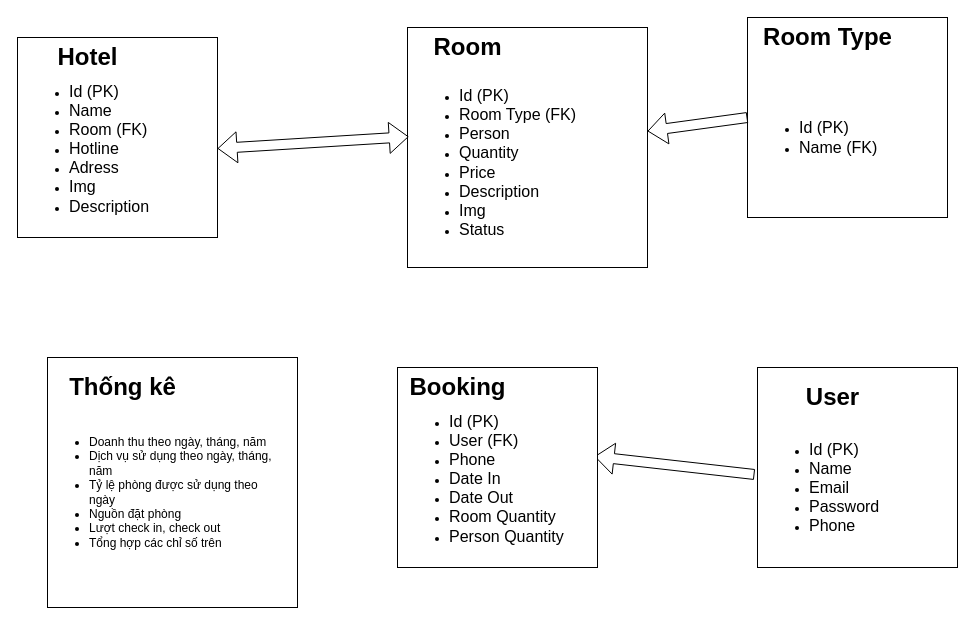
Before: hotel_db.drawio in peterho77/hotel_page, a draw.io diagram. Source tidied: cells renumbered, new cells numbered last; positions are measured from the earlier drawing's top-left corner, leaving out a move shared by most shapes. Both pictures are drawn from the tidied source at 100%, with x=0, y=0 at pixel (17, 17).
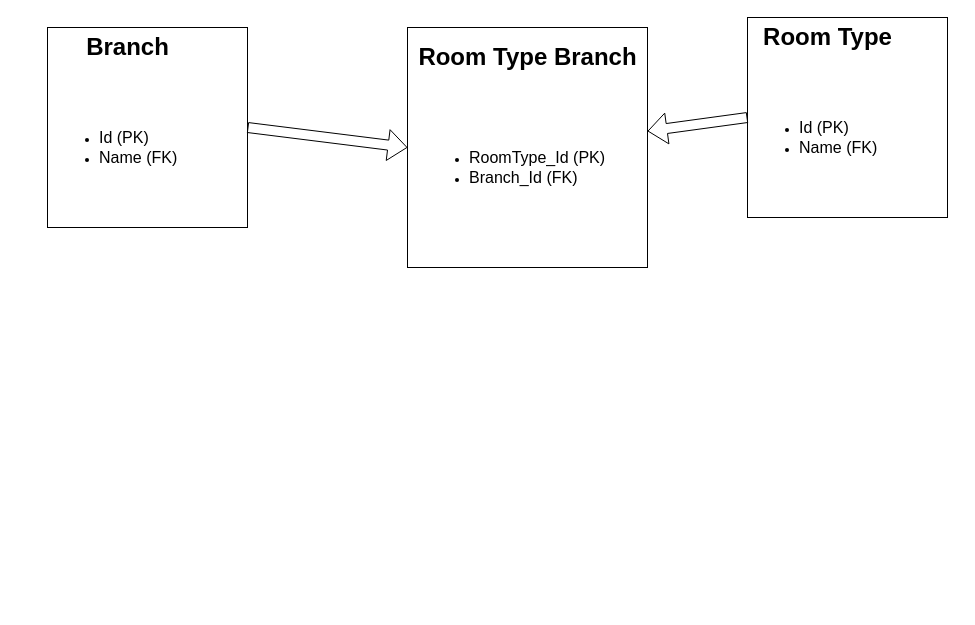
Above is the later version.

The change refers to these unchanged cells:
```xml
<mxCell id="5" style="whiteSpace=wrap;html=1;" parent="1" vertex="1">
  <mxGeometry x="390" y="10" width="240" height="240" as="geometry" />
</mxCell>
```

What changed in the source:
```diff
@@
-    <mxCell id="2" style="whiteSpace=wrap;html=1;" parent="1" vertex="1">
-      <mxGeometry y="20" width="200" height="200" as="geometry" />
-    </mxCell>
-    <mxCell id="3" value="Hotel" style="text;strokeColor=none;fillColor=none;html=1;fontSize=24;fontStyle=1;verticalAlign=middle;align=center;" parent="1" vertex="1">
-      <mxGeometry x="20" y="20" width="100" height="40" as="geometry" />
-    </mxCell>
-    <mxCell id="4" value="&lt;ul&gt;&lt;li&gt;&lt;font style=&quot;font-size: 16px;&quot;&gt;Id (PK)&lt;/font&gt;&lt;/li&gt;&lt;li&gt;&lt;span style=&quot;font-size: 16px;&quot;&gt;Name&lt;/span&gt;&lt;/li&gt;&lt;li&gt;&lt;span style=&quot;font-size: 16px;&quot;&gt;Room (FK)&lt;/span&gt;&lt;/li&gt;&lt;li&gt;&lt;span style=&quot;font-size: 16px;&quot;&gt;Hotline&lt;/span&gt;&lt;/li&gt;&lt;li&gt;&lt;span style=&quot;font-size: 16px;&quot;&gt;Adress&lt;/span&gt;&lt;/li&gt;&lt;li&gt;&lt;span style=&quot;font-size: 16px;&quot;&gt;Img&lt;/span&gt;&lt;/li&gt;&lt;li&gt;&lt;span style=&quot;font-size: 16px;&quot;&gt;Description&lt;/span&gt;&lt;/li&gt;&lt;/ul&gt;" style="text;strokeColor=none;fillColor=none;html=1;whiteSpace=wrap;verticalAlign=middle;overflow=hidden;" parent="1" vertex="1">
-      <mxGeometry x="10" y="50" width="160" height="150" as="geometry" />
-    </mxCell>
@@
-    <mxCell id="6" value="Room" style="text;strokeColor=none;fillColor=none;html=1;fontSize=24;fontStyle=1;verticalAlign=middle;align=center;" parent="1" vertex="1">
-      <mxGeometry x="400" y="10" width="100" height="40" as="geometry" />
-    </mxCell>
-    <mxCell id="7" value="&lt;ul&gt;&lt;li&gt;&lt;font style=&quot;font-size: 16px;&quot;&gt;Id (PK)&lt;/font&gt;&lt;/li&gt;&lt;li&gt;&lt;span style=&quot;font-size: 16px;&quot;&gt;Room Type (FK)&lt;/span&gt;&lt;/li&gt;&lt;li&gt;&lt;span style=&quot;font-size: 16px;&quot;&gt;Person&lt;/span&gt;&lt;/li&gt;&lt;li&gt;&lt;span style=&quot;font-size: 16px;&quot;&gt;Quantity&lt;/span&gt;&lt;/li&gt;&lt;li&gt;&lt;span style=&quot;font-size: 16px;&quot;&gt;Price&lt;/span&gt;&lt;/li&gt;&lt;li&gt;&lt;span style=&quot;font-size: 16px;&quot;&gt;Description&lt;/span&gt;&lt;/li&gt;&lt;li&gt;&lt;span style=&quot;font-size: 16px;&quot;&gt;Img&lt;/span&gt;&lt;/li&gt;&lt;li&gt;&lt;span style=&quot;font-size: 16px;&quot;&gt;Status&lt;/span&gt;&lt;/li&gt;&lt;/ul&gt;" style="text;strokeColor=none;fillColor=none;html=1;whiteSpace=wrap;verticalAlign=middle;overflow=hidden;" parent="1" vertex="1">
-      <mxGeometry x="400" y="50" width="160" height="190" as="geometry" />
-    </mxCell>
@@
-    <mxCell id="11" style="whiteSpace=wrap;html=1;" parent="1" vertex="1">
-      <mxGeometry x="740" y="350" width="200" height="200" as="geometry" />
-    </mxCell>
-    <mxCell id="12" value="User" style="text;strokeColor=none;fillColor=none;html=1;fontSize=24;fontStyle=1;verticalAlign=middle;align=center;" parent="1" vertex="1">
-      <mxGeometry x="765" y="360" width="100" height="40" as="geometry" />
-    </mxCell>
-    <mxCell id="13" value="&lt;ul&gt;&lt;li&gt;&lt;font style=&quot;font-size: 16px;&quot;&gt;Id (PK)&lt;/font&gt;&lt;/li&gt;&lt;li&gt;&lt;span style=&quot;font-size: 16px;&quot;&gt;Name&lt;/span&gt;&lt;/li&gt;&lt;li&gt;&lt;span style=&quot;font-size: 16px;&quot;&gt;Email&lt;/span&gt;&lt;/li&gt;&lt;li&gt;&lt;span style=&quot;font-size: 16px;&quot;&gt;Password&lt;/span&gt;&lt;/li&gt;&lt;li&gt;&lt;span style=&quot;font-size: 16px;&quot;&gt;Phone&lt;/span&gt;&lt;/li&gt;&lt;/ul&gt;" style="text;strokeColor=none;fillColor=none;html=1;whiteSpace=wrap;verticalAlign=middle;overflow=hidden;" parent="1" vertex="1">
-      <mxGeometry x="750" y="400" width="160" height="140" as="geometry" />
-    </mxCell>
-    <mxCell id="14" style="shape=flexArrow;endArrow=classic;startArrow=classic;html=1;rounded=0;entryX=0.005;entryY=0.455;entryDx=0;entryDy=0;entryPerimeter=0;exitX=1;exitY=0.555;exitDx=0;exitDy=0;exitPerimeter=0;" parent="1" edge="1" source="2" target="5">
-      <mxGeometry relative="1" as="geometry" />
-    </mxCell>
@@
-    <mxCell id="16" style="shape=flexArrow;endArrow=classic;html=1;rounded=0;entryX=0.985;entryY=0.445;entryDx=0;entryDy=0;entryPerimeter=0;exitX=-0.015;exitY=0.535;exitDx=0;exitDy=0;exitPerimeter=0;" parent="1" edge="1" source="11" target="17">
-      <mxGeometry relative="1" as="geometry" />
-    </mxCell>
-    <mxCell id="17" style="whiteSpace=wrap;html=1;" parent="1" vertex="1">
-      <mxGeometry x="380" y="350" width="200" height="200" as="geometry" />
-    </mxCell>
-    <mxCell id="18" value="Booking" style="text;strokeColor=none;fillColor=none;html=1;fontSize=24;fontStyle=1;verticalAlign=middle;align=center;" parent="1" vertex="1">
-      <mxGeometry x="390" y="350" width="100" height="40" as="geometry" />
-    </mxCell>
-    <mxCell id="19" value="&lt;ul&gt;&lt;li&gt;&lt;font style=&quot;font-size: 16px;&quot;&gt;Id (PK)&lt;/font&gt;&lt;/li&gt;&lt;li&gt;&lt;span style=&quot;font-size: 16px;&quot;&gt;User (FK)&lt;/span&gt;&lt;/li&gt;&lt;li&gt;&lt;span style=&quot;font-size: 16px;&quot;&gt;Phone&lt;/span&gt;&lt;/li&gt;&lt;li&gt;&lt;span style=&quot;font-size: 16px;&quot;&gt;Date In&lt;/span&gt;&lt;/li&gt;&lt;li&gt;&lt;span style=&quot;font-size: 16px;&quot;&gt;Date Out&lt;/span&gt;&lt;/li&gt;&lt;li&gt;&lt;span style=&quot;font-size: 16px;&quot;&gt;Room Quantity&lt;/span&gt;&lt;/li&gt;&lt;li&gt;&lt;span style=&quot;font-size: 16px;&quot;&gt;Person Quantity&lt;/span&gt;&lt;/li&gt;&lt;/ul&gt;" style="text;strokeColor=none;fillColor=none;html=1;whiteSpace=wrap;verticalAlign=middle;overflow=hidden;" parent="1" vertex="1">
-      <mxGeometry x="390" y="380" width="160" height="160" as="geometry" />
-    </mxCell>
-    <mxCell id="20" style="whiteSpace=wrap;html=1;" parent="1" vertex="1">
-      <mxGeometry x="30" y="340" width="250" height="250" as="geometry" />
-    </mxCell>
-    <mxCell id="21" value="Thống kê" style="text;strokeColor=none;fillColor=none;html=1;fontSize=24;fontStyle=1;verticalAlign=middle;align=center;" parent="1" vertex="1">
-      <mxGeometry x="55" y="350" width="100" height="40" as="geometry" />
-    </mxCell>
-    <mxCell id="22" value="&lt;ul&gt;&lt;li&gt;Doanh thu theo ngày, tháng, năm&lt;/li&gt;&lt;li&gt;Dịch vụ sử dụng theo ngày, tháng, năm&lt;/li&gt;&lt;li&gt;Tỷ lệ phòng được sử dụng theo ngày&lt;/li&gt;&lt;li&gt;Nguồn đặt phòng&lt;/li&gt;&lt;li&gt;Lượt check in, check out&lt;/li&gt;&lt;li&gt;Tổng hợp các chỉ số trên&lt;/li&gt;&lt;/ul&gt;" style="text;strokeColor=none;fillColor=none;html=1;whiteSpace=wrap;verticalAlign=middle;overflow=hidden;" parent="1" vertex="1">
-      <mxGeometry x="30" y="390" width="240" height="170" as="geometry" />
-    </mxCell>
+    <mxCell id="23" style="whiteSpace=wrap;html=1;" parent="1" vertex="1">
+      <mxGeometry x="30" y="10" width="200" height="200" as="geometry" />
+    </mxCell>
+    <mxCell id="24" value="Branch" style="text;strokeColor=none;fillColor=none;html=1;fontSize=24;fontStyle=1;verticalAlign=middle;align=center;" parent="1" vertex="1">
+      <mxGeometry x="60" y="10" width="100" height="40" as="geometry" />
+    </mxCell>
+    <mxCell id="25" value="&lt;ul&gt;&lt;li&gt;&lt;font style=&quot;font-size: 16px;&quot;&gt;Id (PK)&lt;/font&gt;&lt;/li&gt;&lt;li&gt;&lt;span style=&quot;font-size: 16px;&quot;&gt;Name (FK)&lt;/span&gt;&lt;/li&gt;&lt;/ul&gt;" style="text;strokeColor=none;fillColor=none;html=1;whiteSpace=wrap;verticalAlign=middle;overflow=hidden;" parent="1" vertex="1">
+      <mxGeometry x="40" y="60" width="160" height="140" as="geometry" />
+    </mxCell>
+    <mxCell id="26" value="Room Type Branch" style="text;strokeColor=none;fillColor=none;html=1;fontSize=24;fontStyle=1;verticalAlign=middle;align=center;" parent="1" vertex="1">
+      <mxGeometry x="460" y="20" width="100" height="40" as="geometry" />
+    </mxCell>
+    <mxCell id="27" style="shape=flexArrow;endArrow=classic;html=1;rounded=0;entryX=0;entryY=0.5;entryDx=0;entryDy=0;exitX=1;exitY=0.5;exitDx=0;exitDy=0;" parent="1" edge="1" source="23" target="5">
+      <mxGeometry relative="1" as="geometry" />
+    </mxCell>
+    <mxCell id="28" value="&lt;ul&gt;&lt;li&gt;&lt;font style=&quot;font-size: 16px;&quot;&gt;RoomType_Id (PK)&lt;/font&gt;&lt;/li&gt;&lt;li&gt;&lt;span style=&quot;font-size: 16px;&quot;&gt;Branch_Id (FK)&lt;/span&gt;&lt;/li&gt;&lt;/ul&gt;" style="text;strokeColor=none;fillColor=none;html=1;whiteSpace=wrap;verticalAlign=middle;overflow=hidden;" parent="1" vertex="1">
+      <mxGeometry x="410" y="80" width="200" height="140" as="geometry" />
+    </mxCell>
```
